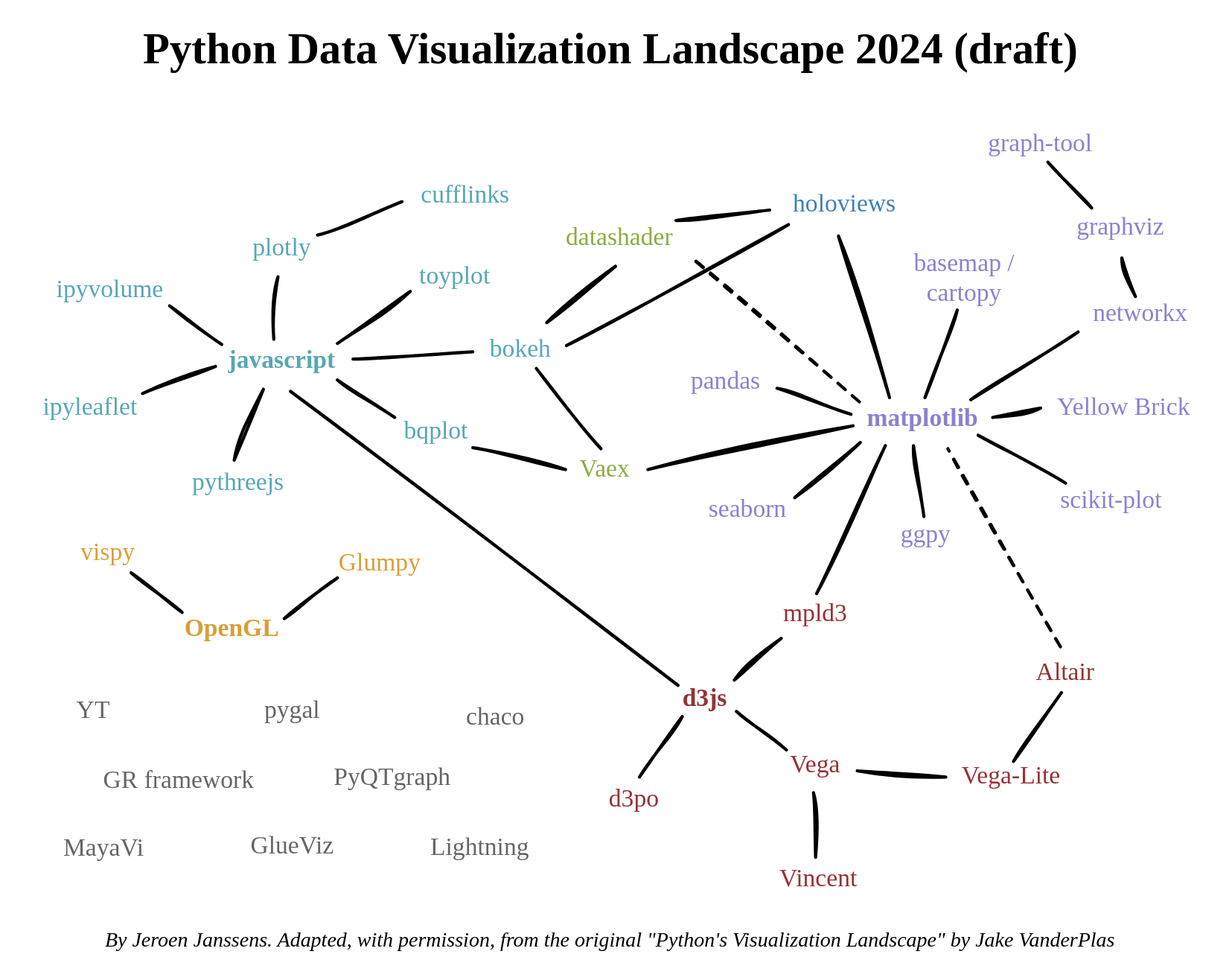
This is python-data-visualization-landscape.svg from jeroenjanssens/python-data-visualization-landscape, a draw.io export, as it was before one commit. Source tidied: cells renumbered, new cells last; positions are measured from the earlier drawing's top-left corner, leaving out a move shared by most shapes.
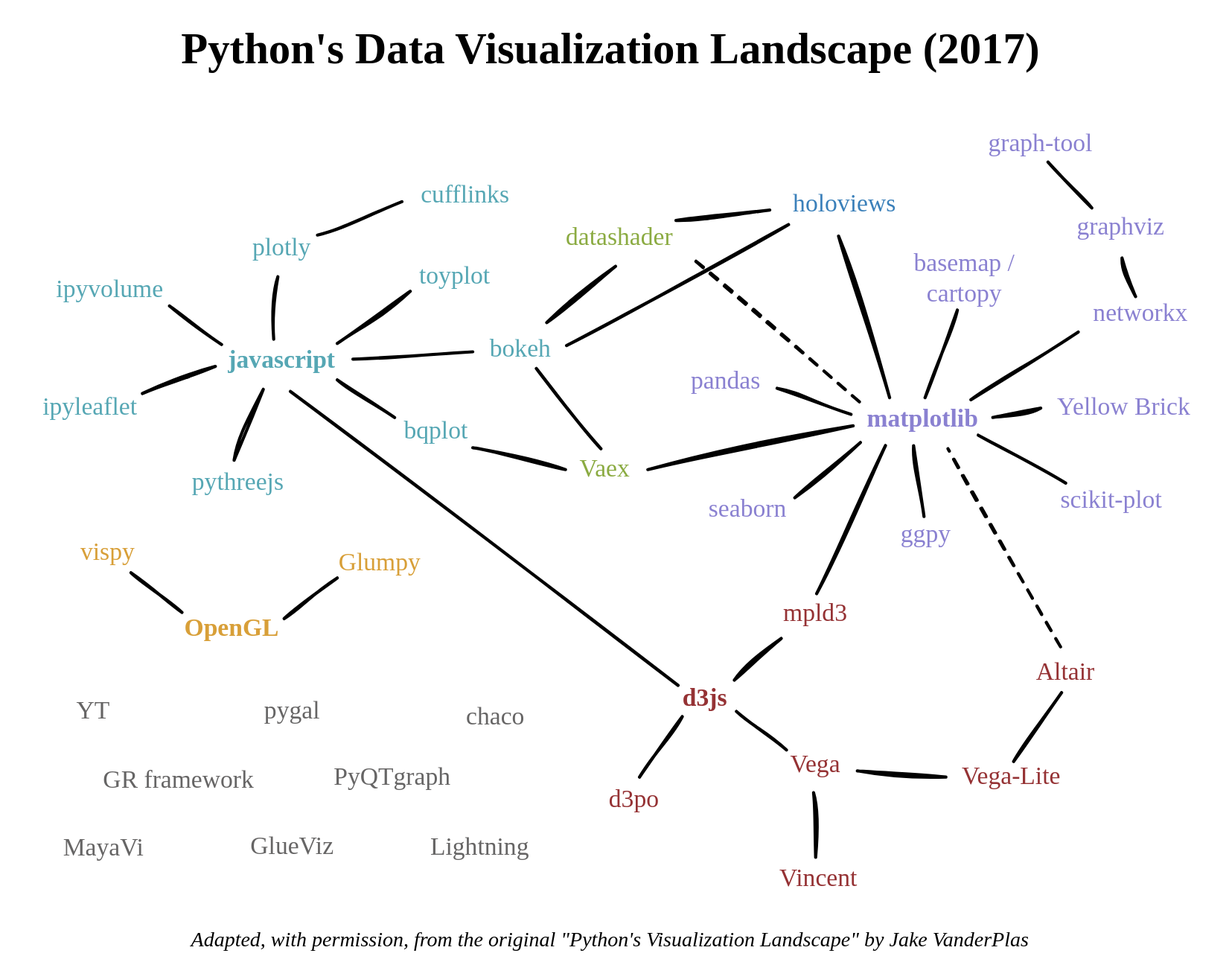
Above is the later version.

The edit, as a diff of the source:
```diff
@@ -122,10 +122,10 @@
     <mxCell id="41" value="Altair" style="text;html=1;align=center;verticalAlign=middle;whiteSpace=wrap;rounded=0;fontFamily=Comic Sans MS;fontStyle=0;fontSize=24;fontColor=#953234;" parent="1" vertex="1">
       <mxGeometry x="937" y="629" width="170" height="30" as="geometry" />
     </mxCell>
-    <mxCell id="42" value="&lt;font style=&quot;font-size: 42px;&quot;&gt;Python Data Visualization Landscape 2024 (draft)&lt;br&gt;&lt;/font&gt;" style="text;html=1;align=center;verticalAlign=middle;whiteSpace=wrap;rounded=0;fontFamily=Comic Sans MS;fontStyle=1;fontSize=44;" parent="1" vertex="1">
+    <mxCell id="42" value="&lt;font style=&quot;font-size: 42px;&quot;&gt;Python's Data Visualization Landscape (2017)&lt;br&gt;&lt;/font&gt;" style="text;html=1;align=center;verticalAlign=middle;whiteSpace=wrap;rounded=0;fontFamily=Comic Sans MS;fontStyle=1;fontSize=44;" parent="1" vertex="1">
       <mxGeometry width="1171" height="93" as="geometry" />
     </mxCell>
-    <mxCell id="43" value="By Jeroen Janssens. Adapted, with permission, from the original &quot;Python's Visualization Landscape&quot; by Jake VanderPlas " style="text;html=1;align=center;verticalAlign=middle;whiteSpace=wrap;rounded=0;fontFamily=Comic Sans MS;fontStyle=2;fontSize=20;" parent="1" vertex="1">
+    <mxCell id="43" value="Adapted, with permission, from the original &quot;Python's Visualization Landscape&quot; by Jake VanderPlas " style="text;html=1;align=center;verticalAlign=middle;whiteSpace=wrap;rounded=0;fontFamily=Comic Sans MS;fontStyle=2;fontSize=20;" parent="1" vertex="1">
       <mxGeometry x="2" y="880" width="1166" height="40" as="geometry" />
     </mxCell>
     <mxCell id="44" value="Links" parent="0" />
```
